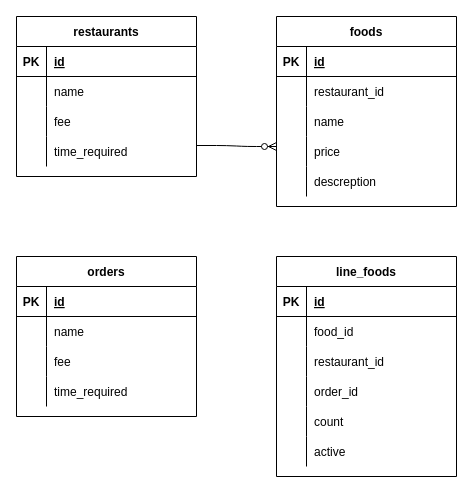
Above: app/er.dio in JAMChannel/uber-eats-jam (draw.io), before the change. Source tidied: cells renumbered, new cells numbered last; positions are measured from the earlier drawing's top-left corner, leaving out a move shared by most shapes. Both pictures are drawn from the tidied source at 100%, with x=0, y=0 at pixel (16, 16).
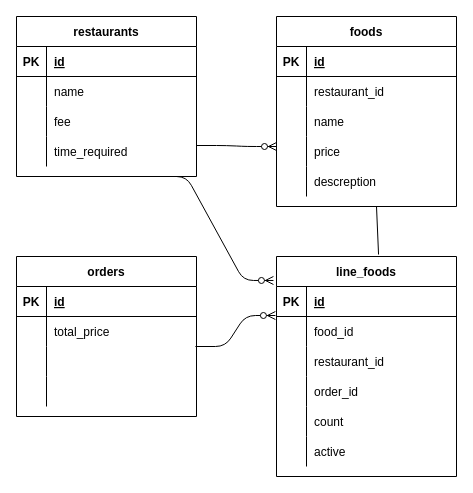
Above is the later version.

The change refers to these unchanged cells:
```xml
<mxCell id="32" value="line_foods" style="shape=table;startSize=30;childLayout=tableLayout;rowLines=0;fontStyle=1;align=center;" parent="1" vertex="1">
  <mxGeometry x="260" y="240" width="180" height="220" as="geometry" />
</mxCell>
<mxCell id="36" style="shape=partialRectangle;fillColor=none;top=0;left=0;bottom=0;right=0;points=[[0,0.5],[1,0.5]];portConstraint=eastwest;" parent="32" vertex="1">
  <mxGeometry y="60" width="180" height="30" as="geometry" />
</mxCell>
<mxCell id="55" style="shape=partialRectangle;fillColor=none;top=0;left=0;bottom=0;right=0;points=[[0,0.5],[1,0.5]];portConstraint=eastwest;" parent="51" vertex="1">
  <mxGeometry y="60" width="180" height="30" as="geometry" />
</mxCell>
<mxCell id="58" style="shape=partialRectangle;fillColor=none;top=0;left=0;bottom=0;right=0;" parent="51" vertex="1">
  <mxGeometry y="90" width="180" height="30" as="geometry" />
</mxCell>
<mxCell id="61" style="shape=partialRectangle;fillColor=none;top=0;left=0;bottom=0;right=0;" parent="51" vertex="1">
  <mxGeometry y="120" width="180" height="30" as="geometry" />
</mxCell>
```

What changed in the source:
```diff
@@
-    <mxCell id="57" value="name" style="shape=partialRectangle;fillColor=none;top=0;left=0;bottom=0;right=0;align=left;spacingLeft=6;overflow=hidden;" parent="55" vertex="1">
+    <mxCell id="57" value="total_price" style="shape=partialRectangle;fillColor=none;top=0;left=0;bottom=0;right=0;align=left;spacingLeft=6;overflow=hidden;" parent="55" vertex="1">
       <mxGeometry x="30" width="150" height="30" as="geometry" />
     </mxCell>
@@
-    <mxCell id="60" value="fee" style="shape=partialRectangle;fillColor=none;top=0;left=0;bottom=0;right=0;align=left;spacingLeft=6;overflow=hidden;" parent="58" vertex="1">
+    <mxCell id="60" style="shape=partialRectangle;fillColor=none;top=0;left=0;bottom=0;right=0;align=left;spacingLeft=6;overflow=hidden;" parent="58" vertex="1">
       <mxGeometry x="30" width="150" height="30" as="geometry" />
     </mxCell>
@@
-    <mxCell id="63" value="time_required" style="shape=partialRectangle;fillColor=none;top=0;left=0;bottom=0;right=0;align=left;spacingLeft=6;overflow=hidden;" parent="61" vertex="1">
+    <mxCell id="63" style="shape=partialRectangle;fillColor=none;top=0;left=0;bottom=0;right=0;align=left;spacingLeft=6;overflow=hidden;" parent="61" vertex="1">
       <mxGeometry x="30" width="150" height="30" as="geometry" />
     </mxCell>
+    <mxCell id="64" style="edgeStyle=entityRelationEdgeStyle;fontSize=12;html=1;endArrow=ERzeroToMany;endFill=1;entryX=-0.017;entryY=0.109;entryDx=0;entryDy=0;entryPerimeter=0;" parent="1" edge="1" target="32">
+      <mxGeometry relative="1" as="geometry">
+        <mxPoint x="140" y="160" as="sourcePoint" />
+      </mxGeometry>
+    </mxCell>
+    <mxCell id="65" style="endArrow=none;html=1;rounded=0;entryX=0.567;entryY=-0.009;entryDx=0;entryDy=0;entryPerimeter=0;" parent="1" edge="1" target="32">
+      <mxGeometry relative="1" as="geometry">
+        <mxPoint x="360" y="190" as="sourcePoint" />
+      </mxGeometry>
+    </mxCell>
+    <mxCell id="66" style="edgeStyle=entityRelationEdgeStyle;fontSize=12;html=1;endArrow=ERzeroToMany;endFill=1;exitX=0.994;exitY=1;exitDx=0;exitDy=0;exitPerimeter=0;entryX=-0.006;entryY=-0.033;entryDx=0;entryDy=0;entryPerimeter=0;" parent="1" edge="1" source="55" target="36">
+      <mxGeometry relative="1" as="geometry" />
+    </mxCell>
```
